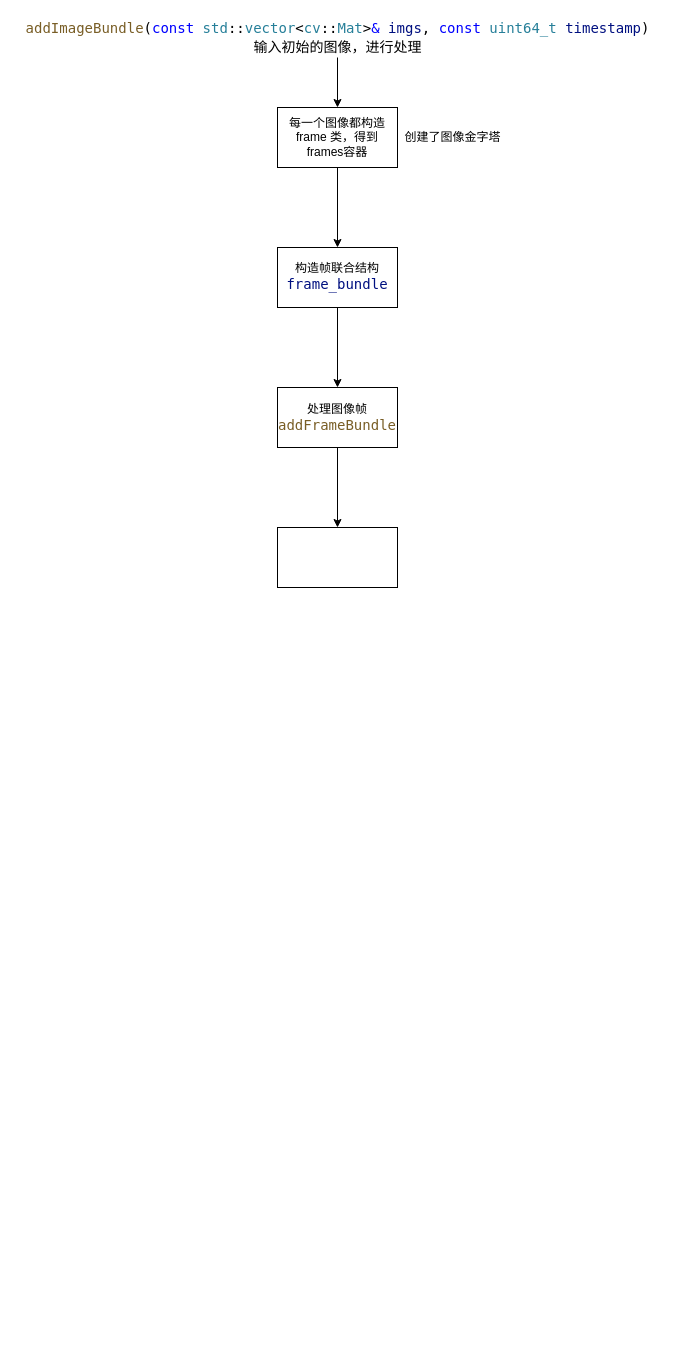
Before: svo_tracking.drawio in Peter1qaz2wsx/flow_chart-, a draw.io diagram. Source tidied: cells renumbered, new cells numbered last; positions are measured from the earlier drawing's top-left corner, leaving out a move shared by most shapes. Both pictures are drawn from the tidied source at 100%, with x=0, y=0 at pixel (17, 17).
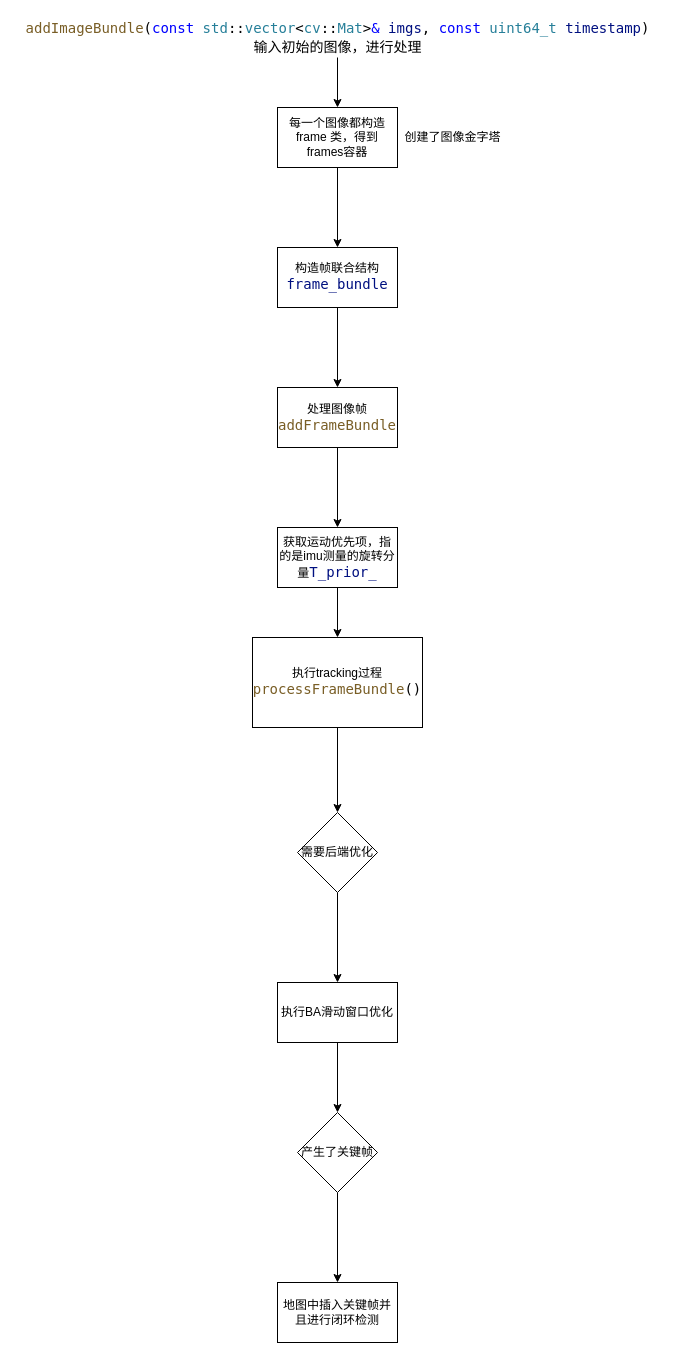
The same diagram, later.

Change to the diagram source:
```diff
@@
+    <mxCell id="12" style="edgeStyle=orthogonalEdgeStyle;rounded=0;jettySize=auto;html=1;" parent="1" edge="1" source="11" target="14">
+      <mxGeometry relative="1" as="geometry" />
+    </mxCell>
-    <mxCell id="11" style="whiteSpace=wrap;html=1;" parent="1" vertex="1">
+    <mxCell id="11" value="获取运动优先项，指的是imu测量的旋转分量&lt;span style=&quot;color: rgb(0 , 16 , 128) ; background-color: rgb(255 , 255 , 255) ; font-family: &amp;#34;droid sans mono&amp;#34; , &amp;#34;monospace&amp;#34; , monospace , &amp;#34;droid sans fallback&amp;#34; ; font-size: 14px&quot;&gt;T_prior_&lt;/span&gt;" style="whiteSpace=wrap;html=1;" parent="1" vertex="1">
       <mxGeometry x="260" y="510" width="120" height="60" as="geometry" />
     </mxCell>
+    <mxCell id="13" style="edgeStyle=orthogonalEdgeStyle;rounded=0;jettySize=auto;html=1;" parent="1" edge="1" source="14" target="16">
+      <mxGeometry relative="1" as="geometry" />
+    </mxCell>
+    <mxCell id="14" value="执行tracking过程&lt;br&gt;&lt;div style=&quot;background-color: rgb(255 , 255 , 255) ; font-family: &amp;#34;droid sans mono&amp;#34; , &amp;#34;monospace&amp;#34; , monospace , &amp;#34;droid sans fallback&amp;#34; ; font-size: 14px ; line-height: 19px&quot;&gt;&lt;span style=&quot;color: #795e26&quot;&gt;processFrameBundle&lt;/span&gt;()&lt;/div&gt;" style="whiteSpace=wrap;html=1;" parent="1" vertex="1">
+      <mxGeometry x="235" y="620" width="170" height="90" as="geometry" />
+    </mxCell>
+    <mxCell id="15" style="edgeStyle=orthogonalEdgeStyle;rounded=0;jettySize=auto;html=1;" parent="1" edge="1" source="16" target="18">
+      <mxGeometry relative="1" as="geometry" />
+    </mxCell>
+    <mxCell id="16" value="需要后端优化" style="rhombus;whiteSpace=wrap;html=1;" parent="1" vertex="1">
+      <mxGeometry x="280" y="795" width="80" height="80" as="geometry" />
+    </mxCell>
+    <mxCell id="17" style="edgeStyle=orthogonalEdgeStyle;rounded=0;jettySize=auto;html=1;" parent="1" edge="1" source="18" target="20">
+      <mxGeometry relative="1" as="geometry" />
+    </mxCell>
+    <mxCell id="18" value="执行BA滑动窗口优化" style="whiteSpace=wrap;html=1;" parent="1" vertex="1">
+      <mxGeometry x="260" y="965" width="120" height="60" as="geometry" />
+    </mxCell>
+    <mxCell id="19" style="edgeStyle=orthogonalEdgeStyle;rounded=0;jettySize=auto;html=1;" parent="1" edge="1" source="20" target="21">
+      <mxGeometry relative="1" as="geometry" />
+    </mxCell>
+    <mxCell id="20" value="产生了关键帧" style="rhombus;whiteSpace=wrap;html=1;" parent="1" vertex="1">
+      <mxGeometry x="280" y="1095" width="80" height="80" as="geometry" />
+    </mxCell>
+    <mxCell id="21" value="地图中插入关键帧并且进行闭环检测" style="whiteSpace=wrap;html=1;" parent="1" vertex="1">
+      <mxGeometry x="260" y="1265" width="120" height="60" as="geometry" />
+    </mxCell>
```
